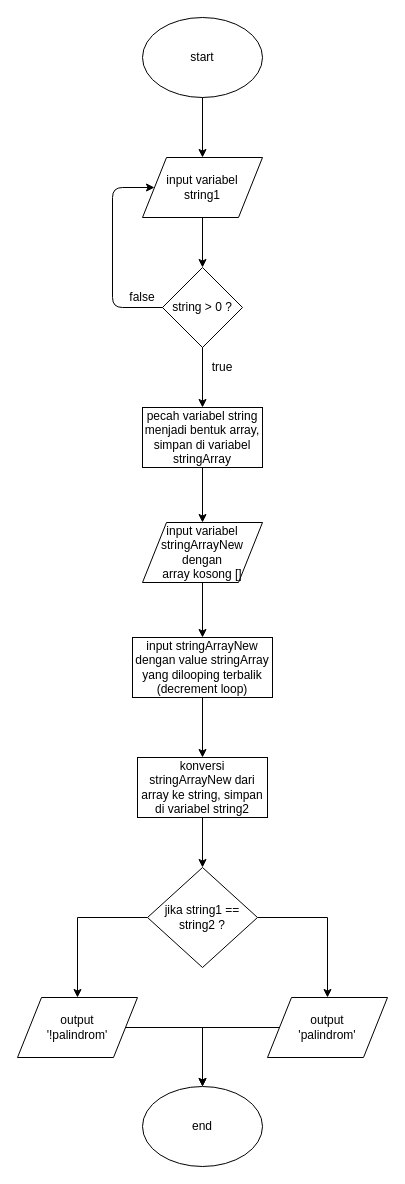
Above: fundamental-algorithm/palindrom/palindrom_v1.drawio in rifanid98/arkademy-rangkuman-materi (draw.io), before the change. Source tidied: cells renumbered, new cells numbered last; positions are measured from the earlier drawing's top-left corner, leaving out a move shared by most shapes. Both pictures are drawn from the tidied source at 100%, with x=0, y=0 at pixel (17, 17).
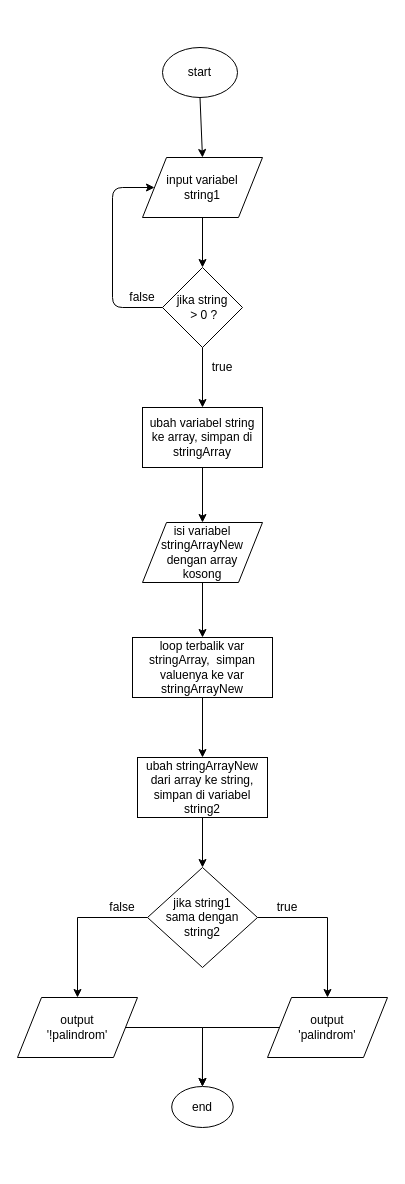
The same page after the edit.

Change to the diagram source:
```diff
@@
     <mxCell id="2" value="start" style="ellipse;whiteSpace=wrap;html=1;" parent="1" vertex="1">
-      <mxGeometry x="125" width="120" height="80" as="geometry" />
+      <mxGeometry x="145" y="30" width="75" height="50" as="geometry" />
     </mxCell>
@@
-    <mxCell id="7" value="pecah variabel string menjadi bentuk array, simpan di variabel stringArray" style="rounded=0;whiteSpace=wrap;html=1;" parent="1" vertex="1">
+    <mxCell id="7" value="ubah variabel string ke array, simpan di stringArray" style="rounded=0;whiteSpace=wrap;html=1;" parent="1" vertex="1">
       <mxGeometry x="125" y="390" width="120" height="60" as="geometry" />
     </mxCell>
-    <mxCell id="8" value="string &amp;gt; 0 ?" style="rhombus;whiteSpace=wrap;html=1;" parent="1" vertex="1">
+    <mxCell id="8" value="jika string&lt;br&gt;&amp;nbsp;&amp;gt; 0 ?" style="rhombus;whiteSpace=wrap;html=1;" parent="1" vertex="1">
       <mxGeometry x="145" y="250" width="80" height="80" as="geometry" />
     </mxCell>
@@
-    <mxCell id="14" value="input variabel stringArrayNew dengan &lt;br&gt;array kosong []" style="shape=parallelogram;perimeter=parallelogramPerimeter;whiteSpace=wrap;html=1;" parent="1" vertex="1">
+    <mxCell id="14" value="isi variabel stringArrayNew dengan array &lt;br&gt;kosong" style="shape=parallelogram;perimeter=parallelogramPerimeter;whiteSpace=wrap;html=1;" parent="1" vertex="1">
       <mxGeometry x="125" y="505" width="120" height="60" as="geometry" />
     </mxCell>
@@
-    <mxCell id="16" value="input stringArrayNew dengan value stringArray yang dilooping terbalik (decrement loop)" style="rounded=0;whiteSpace=wrap;html=1;" parent="1" vertex="1">
+    <mxCell id="16" value="loop terbalik var stringArray,&amp;nbsp; simpan valuenya ke var stringArrayNew" style="rounded=0;whiteSpace=wrap;html=1;" parent="1" vertex="1">
       <mxGeometry x="115" y="620" width="140" height="60" as="geometry" />
     </mxCell>
@@
-    <mxCell id="18" value="konversi stringArrayNew dari array ke string, simpan di variabel string2" style="rounded=0;whiteSpace=wrap;html=1;" parent="1" vertex="1">
+    <mxCell id="18" value="ubah stringArrayNew dari array ke string, simpan di variabel string2" style="rounded=0;whiteSpace=wrap;html=1;" parent="1" vertex="1">
       <mxGeometry x="120" y="740" width="130" height="60" as="geometry" />
     </mxCell>
@@
-    <mxCell id="21" value="jika string1 == string2 ?" style="rhombus;whiteSpace=wrap;html=1;" parent="1" vertex="1">
+    <mxCell id="21" value="jika string1 &lt;br&gt;sama dengan &lt;br&gt;string2" style="rhombus;whiteSpace=wrap;html=1;" parent="1" vertex="1">
       <mxGeometry x="130" y="850" width="110" height="100" as="geometry" />
     </mxCell>
@@
     <mxCell id="26" value="end" style="ellipse;whiteSpace=wrap;html=1;" parent="1" vertex="1">
-      <mxGeometry x="125" y="1069" width="120" height="80" as="geometry" />
+      <mxGeometry x="154.2" y="1069" width="61.5" height="41" as="geometry" />
     </mxCell>
+    <mxCell id="27" value="true" style="text;html=1;strokeColor=none;fillColor=none;align=center;verticalAlign=middle;whiteSpace=wrap;rounded=0;" parent="1" vertex="1">
+      <mxGeometry x="250" y="880" width="40" height="20" as="geometry" />
+    </mxCell>
+    <mxCell id="28" value="false" style="text;html=1;strokeColor=none;fillColor=none;align=center;verticalAlign=middle;whiteSpace=wrap;rounded=0;" parent="1" vertex="1">
+      <mxGeometry x="85" y="880" width="40" height="20" as="geometry" />
+    </mxCell>
```
